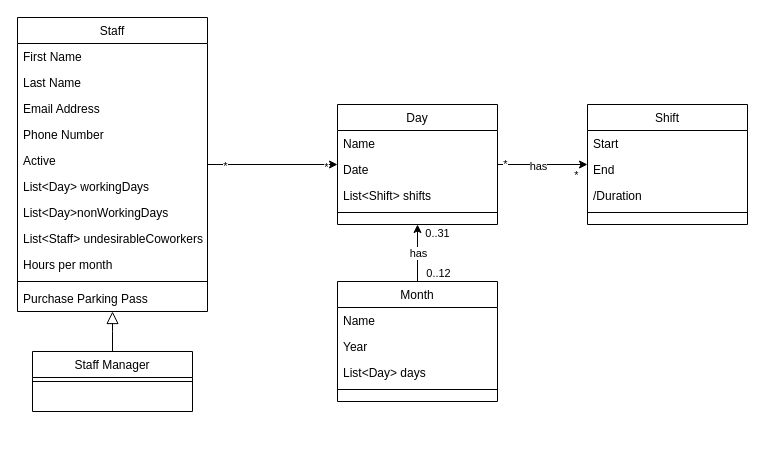
Earlier version of the draw.io diagram Planner.drawio (Henchway/Planner). Source tidied: cells renumbered, new cells numbered last; positions are measured from the earlier drawing's top-left corner, leaving out a move shared by most shapes. Both pictures are drawn from the tidied source at 100%, with x=0, y=0 at pixel (17, 17).
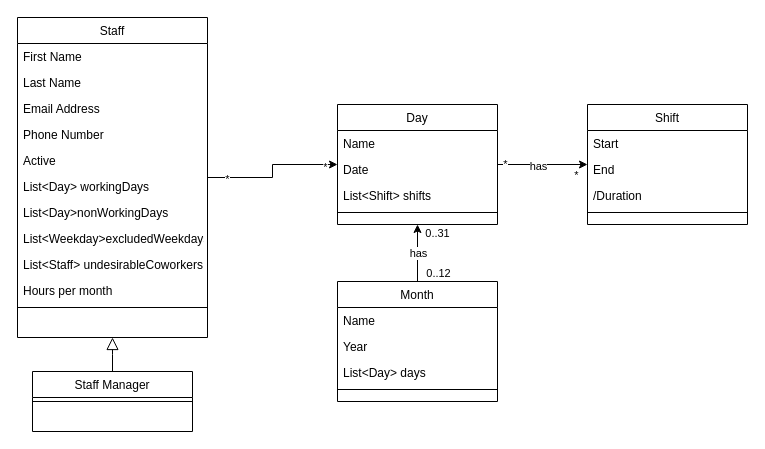
The same diagram, later.

The edit, as a diff of the source:
```diff
@@
     <mxCell id="5" value="Staff" style="swimlane;fontStyle=0;align=center;verticalAlign=top;horizontal=1;startSize=26;rounded=0;shadow=0;strokeWidth=1;" parent="1" vertex="1">
-      <mxGeometry width="190" height="294" as="geometry" />
+      <mxGeometry width="190" height="320" as="geometry" />
     </mxCell>
@@
+    <mxCell id="42" value="List&lt;Weekday&gt;excludedWeekdays" style="text;align=left;verticalAlign=top;spacingLeft=4;spacingRight=4;overflow=hidden;rounded=0;shadow=0;html=0;" parent="5" vertex="1">
+      <mxGeometry y="208" width="190" height="26" as="geometry" />
+    </mxCell>
     <mxCell id="13" value="List&lt;Staff&gt; undesirableCoworkers" style="text;align=left;verticalAlign=top;spacingLeft=4;spacingRight=4;overflow=hidden;rounded=0;shadow=0;html=0;" parent="5" vertex="1">
-      <mxGeometry y="208" width="190" height="26" as="geometry" />
+      <mxGeometry y="234" width="190" height="26" as="geometry" />
     </mxCell>
     <mxCell id="14" value="Hours per month" style="text;align=left;verticalAlign=top;spacingLeft=4;spacingRight=4;overflow=hidden;rounded=0;shadow=0;html=0;" parent="5" vertex="1">
-      <mxGeometry y="234" width="190" height="26" as="geometry" />
+      <mxGeometry y="260" width="190" height="26" as="geometry" />
     </mxCell>
     <mxCell id="15" style="line;html=1;strokeWidth=1;align=left;verticalAlign=middle;spacingTop=-1;spacingLeft=3;spacingRight=3;labelPosition=right;" parent="5" vertex="1">
-      <mxGeometry y="260" width="190" height="8" as="geometry" />
+      <mxGeometry y="286" width="190" height="8" as="geometry" />
     </mxCell>
-    <mxCell id="16" value="Purchase Parking Pass" style="text;align=left;verticalAlign=top;spacingLeft=4;spacingRight=4;overflow=hidden;" parent="5" vertex="1">
-      <mxGeometry y="268" width="190" height="26" as="geometry" />
-    </mxCell>
     <mxCell id="17" value="Staff Manager" style="swimlane;fontStyle=0;align=center;verticalAlign=top;horizontal=1;startSize=26;rounded=0;shadow=0;strokeWidth=1;" parent="1" vertex="1">
-      <mxGeometry x="15" y="334" width="160" height="60" as="geometry" />
+      <mxGeometry x="15" y="354" width="160" height="60" as="geometry" />
     </mxCell>
```
